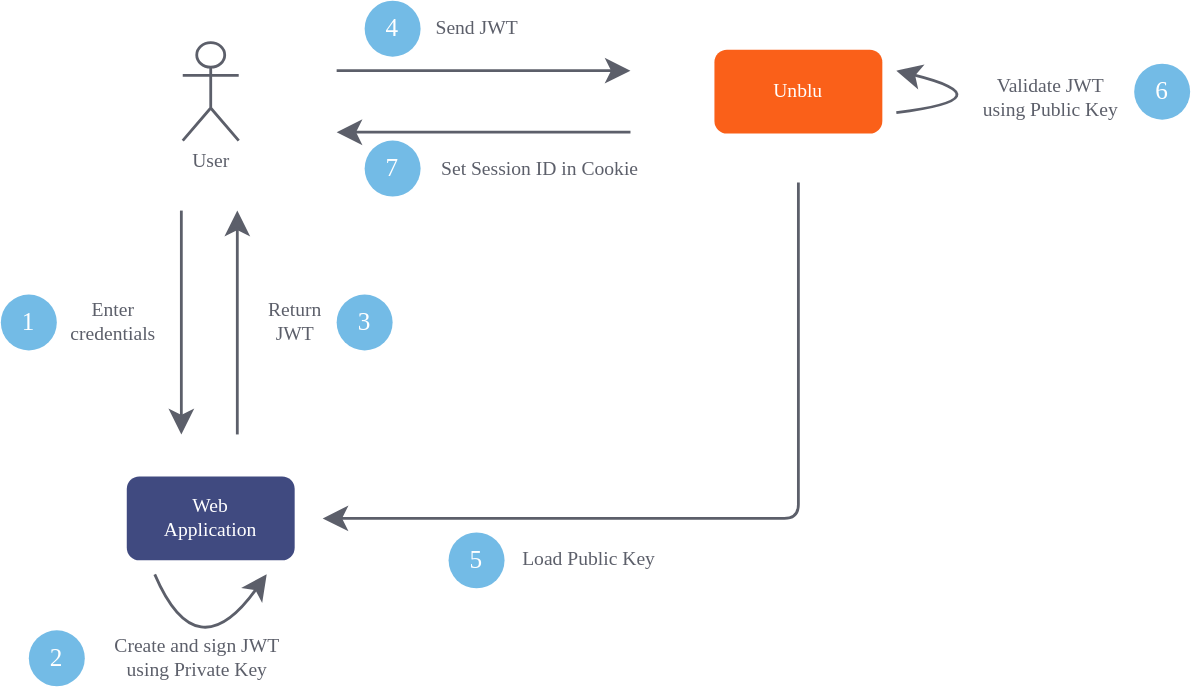
This is images/Unblu Visitor SSO.svg from unblu/unblu-visitor-sso-sample, a draw.io export, as it was before one commit. Source tidied: cells renumbered, new cells last; positions are measured from the earlier drawing's top-left corner, leaving out a move shared by most shapes.
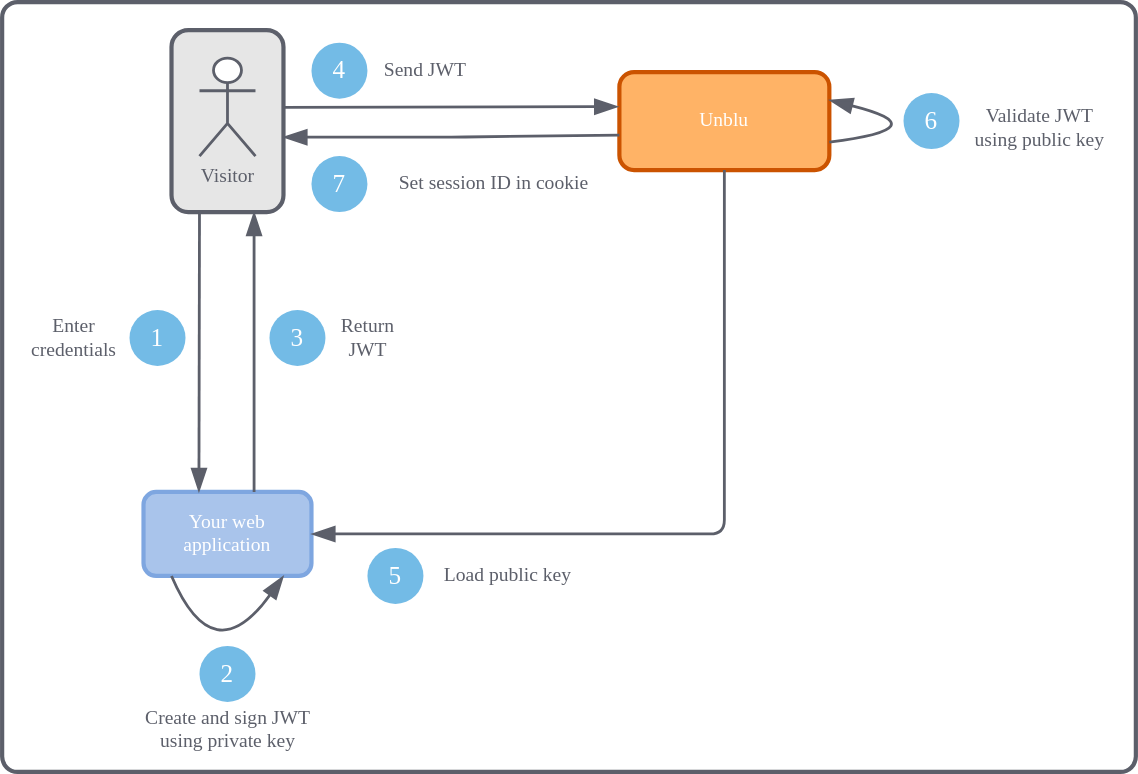
The same file after the commit.

What changed in the source:
```diff
@@ -2,87 +2,90 @@
   <root>
     <mxCell id="0" />
     <mxCell id="1" parent="0" />
+    <mxCell id="19" style="rounded=1;whiteSpace=wrap;html=1;strokeWidth=3;fillColor=#FFFFFF;strokeColor=#5C5F6A;arcSize=2;" parent="1" vertex="1">
+      <mxGeometry x="-11" y="-10" width="810" height="550" as="geometry" />
+    </mxCell>
+    <mxCell id="20" style="rounded=1;whiteSpace=wrap;html=1;strokeWidth=3;fillColor=#E6E6E6;strokeColor=#5C5F6A;" parent="1" vertex="1">
+      <mxGeometry x="110" y="10" width="80" height="130" as="geometry" />
+    </mxCell>
-    <mxCell id="2" value="Web&lt;br style=&quot;font-size: 14px;&quot;&gt;Application" style="rounded=1;whiteSpace=wrap;html=1;fontFamily=Rubik;fontSource=https%3A%2F%2Ffonts.googleapis.com%2Fcss%3Ffamily%3DRubik;fontSize=14;fillColor=#404A80;fontColor=#FFFFFF;strokeColor=none;" parent="1" vertex="1">
+    <mxCell id="2" value="Your web&lt;br style=&quot;font-size: 14px&quot;&gt;application" style="rounded=1;whiteSpace=wrap;html=1;fontFamily=Rubik;fontSource=https%3A%2F%2Ffonts.googleapis.com%2Fcss%3Ffamily%3DRubik;fontSize=14;fontColor=#FFFFFF;fillColor=#A9C4EB;strokeColor=#7EA6E0;strokeWidth=3;" parent="1" vertex="1">
       <mxGeometry x="90" y="340" width="120" height="60" as="geometry" />
     </mxCell>
-    <mxCell id="3" value="User" style="shape=umlActor;verticalLabelPosition=bottom;verticalAlign=top;html=1;fontFamily=Rubik;fontSource=https%3A%2F%2Ffonts.googleapis.com%2Fcss%3Ffamily%3DRubik;fontSize=14;strokeColor=#5c5f6a;fontColor=#5c5f6a;strokeWidth=2;" parent="1" vertex="1">
+    <mxCell id="3" value="Visitor" style="shape=umlActor;verticalLabelPosition=bottom;verticalAlign=top;html=1;fontFamily=Rubik;fontSource=https%3A%2F%2Ffonts.googleapis.com%2Fcss%3Ffamily%3DRubik;fontSize=14;strokeColor=#5c5f6a;fontColor=#5c5f6a;strokeWidth=2;" parent="1" vertex="1">
       <mxGeometry x="130" y="30" width="40" height="70" as="geometry" />
     </mxCell>
-    <mxCell id="4" value="Enter&lt;br&gt;credentials" style="endArrow=classic;html=1;fontFamily=Rubik;fontSource=https%3A%2F%2Ffonts.googleapis.com%2Fcss%3Ffamily%3DRubik;fontSize=14;fontColor=#5c5f6a;strokeColor=#5C5F6A;strokeWidth=2;endSize=12;" parent="1" edge="1">
-      <mxGeometry y="-49" relative="1" as="geometry">
-        <mxPoint x="129" y="150" as="sourcePoint" />
-        <mxPoint x="129" y="310" as="targetPoint" />
+    <mxCell id="4" value="Enter&lt;br&gt;credentials" style="endArrow=blockThin;html=1;fontFamily=Rubik;fontSource=https%3A%2F%2Ffonts.googleapis.com%2Fcss%3Ffamily%3DRubik;fontSize=14;fontColor=#5c5f6a;strokeWidth=2;endSize=12;endFill=1;entryX=0.33;entryY=0;entryDx=0;entryDy=0;entryPerimeter=0;strokeColor=#5C5F6A;" parent="1" edge="1" target="2">
+      <mxGeometry x="-0.1" y="-90" relative="1" as="geometry">
+        <mxPoint x="130" y="140" as="sourcePoint" />
       </mxGeometry>
     </mxCell>
-    <mxCell id="5" value="Return&lt;br&gt;JWT" style="endArrow=classic;html=1;fontFamily=Rubik;fontSource=https%3A%2F%2Ffonts.googleapis.com%2Fcss%3Ffamily%3DRubik;fontSize=14;fontColor=#5c5f6a;strokeColor=#5C5F6A;strokeWidth=2;endSize=12;" parent="1" edge="1">
-      <mxGeometry y="-41" relative="1" as="geometry">
-        <mxPoint x="169" y="310" as="sourcePoint" />
-        <mxPoint x="169" y="150" as="targetPoint" />
+    <mxCell id="5" value="Return&lt;br&gt;JWT" style="endArrow=blockThin;html=1;fontFamily=Rubik;fontSource=https%3A%2F%2Ffonts.googleapis.com%2Fcss%3Ffamily%3DRubik;fontSize=14;fontColor=#5c5f6a;strokeWidth=2;endSize=12;endFill=1;strokeColor=#5C5F6A;" parent="1" edge="1">
+      <mxGeometry x="0.1" y="-81" relative="1" as="geometry">
+        <mxPoint x="169" y="340" as="sourcePoint" />
+        <mxPoint x="169" y="140" as="targetPoint" />
       </mxGeometry>
     </mxCell>
-    <mxCell id="6" value="Unblu" style="rounded=1;whiteSpace=wrap;html=1;fontFamily=Rubik;fontSource=https%3A%2F%2Ffonts.googleapis.com%2Fcss%3Ffamily%3DRubik;fontSize=14;fontColor=#FFFFFF;strokeColor=none;fillColor=#FA6019;" parent="1" vertex="1">
-      <mxGeometry x="510" y="35" width="120" height="60" as="geometry" />
+    <mxCell id="6" value="Unblu" style="rounded=1;whiteSpace=wrap;html=1;fontFamily=Rubik;fontSource=https%3A%2F%2Ffonts.googleapis.com%2Fcss%3Ffamily%3DRubik;fontSize=14;fontColor=#FFFFFF;fillColor=#FFB366;strokeWidth=3;strokeColor=#CB5300;" parent="1" vertex="1">
+      <mxGeometry x="430" y="40" width="150" height="70" as="geometry" />
     </mxCell>
-    <mxCell id="7" value="Send JWT" style="endArrow=classic;html=1;fontFamily=Rubik;fontSource=https%3A%2F%2Ffonts.googleapis.com%2Fcss%3Ffamily%3DRubik;fontSize=14;fontColor=#5c5f6a;strokeColor=#5C5F6A;strokeWidth=2;endSize=12;" parent="1" edge="1">
-      <mxGeometry x="-0.05" y="30" relative="1" as="geometry">
-        <mxPoint x="240" y="50" as="sourcePoint" />
-        <mxPoint x="450" y="50" as="targetPoint" />
-      </mxGeometry>
+    <mxCell id="7" value="Send JWT" style="endArrow=blockThin;html=1;fontFamily=Rubik;fontSource=https%3A%2F%2Ffonts.googleapis.com%2Fcss%3Ffamily%3DRubik;fontSize=14;fontColor=#5c5f6a;strokeColor=#5C5F6A;strokeWidth=2;endSize=12;endFill=1;exitX=0.99;exitY=0.425;exitDx=0;exitDy=0;exitPerimeter=0;entryX=-0.006;entryY=0.353;entryDx=0;entryDy=0;entryPerimeter=0;" parent="1" edge="1" source="20" target="6">
+      <mxGeometry x="-0.15" y="26" relative="1" as="geometry" />
     </mxCell>
-    <mxCell id="8" value="Set Session ID in Cookie" style="endArrow=classic;html=1;fontFamily=Rubik;fontSource=https%3A%2F%2Ffonts.googleapis.com%2Fcss%3Ffamily%3DRubik;fontSize=14;fontColor=#5c5f6a;strokeColor=#5C5F6A;strokeWidth=2;endSize=12;" parent="1" edge="1">
-      <mxGeometry x="-0.38" y="27" relative="1" as="geometry">
-        <mxPoint x="450" y="94" as="sourcePoint" />
-        <mxPoint x="240" y="94" as="targetPoint" />
+    <mxCell id="8" value="Set session ID in cookie" style="endArrow=blockThin;html=1;fontFamily=Rubik;fontSource=https%3A%2F%2Ffonts.googleapis.com%2Fcss%3Ffamily%3DRubik;fontSize=14;fontColor=#5c5f6a;strokeColor=#5C5F6A;strokeWidth=2;endSize=12;endFill=1;exitX=0;exitY=0.75;exitDx=0;exitDy=0;" parent="1" edge="1">
+      <mxGeometry x="-0.25" y="34" relative="1" as="geometry">
+        <mxPoint x="430" y="85" as="sourcePoint" />
+        <mxPoint x="190" y="86.5" as="targetPoint" />
+        <Array as="points">
+          <mxPoint x="310" y="86.5" />
+        </Array>
       </mxGeometry>
     </mxCell>
-    <mxCell id="9" value="Load Public Key" style="endArrow=classic;html=1;fontFamily=Rubik;fontSource=https%3A%2F%2Ffonts.googleapis.com%2Fcss%3Ffamily%3DRubik;fontSize=14;fontColor=#5c5f6a;strokeColor=#5C5F6A;strokeWidth=2;endSize=12;" parent="1" edge="1">
-      <mxGeometry x="0.34" y="30" relative="1" as="geometry">
-        <mxPoint x="570" y="130" as="sourcePoint" />
-        <mxPoint x="230" y="370" as="targetPoint" />
-        <Array as="points">
-          <mxPoint x="570" y="370" />
-        </Array>
-      </mxGeometry>
+    <mxCell id="9" value="Load public key" style="endArrow=blockThin;html=1;fontFamily=Rubik;fontSource=https%3A%2F%2Ffonts.googleapis.com%2Fcss%3Ffamily%3DRubik;fontSize=14;fontColor=#5c5f6a;strokeColor=#5C5F6A;strokeWidth=2;endSize=12;endFill=1;entryX=1;entryY=0.5;entryDx=0;entryDy=0;exitX=0.5;exitY=1;exitDx=0;exitDy=0;edgeStyle=orthogonalEdgeStyle;" parent="1" edge="1" source="6" target="2">
+      <mxGeometry x="0.5" y="30" relative="1" as="geometry" />
     </mxCell>
-    <mxCell id="10" value="Create and sign JWT &lt;br&gt;using Private Key" style="endArrow=classic;html=1;fontFamily=Rubik;fontSource=https%3A%2F%2Ffonts.googleapis.com%2Fcss%3Ffamily%3DRubik;fontSize=14;fontColor=#5c5f6a;strokeColor=#5C5F6A;strokeWidth=2;endSize=12;curved=1;" parent="1" edge="1">
-      <mxGeometry x="-0.17" y="4" relative="1" as="geometry">
-        <mxPoint x="110" y="410" as="sourcePoint" />
-        <mxPoint x="190" y="410" as="targetPoint" />
+    <mxCell id="10" value="Create and sign JWT &lt;br&gt;using private key" style="endArrow=blockThin;html=1;fontFamily=Rubik;fontSource=https%3A%2F%2Ffonts.googleapis.com%2Fcss%3Ffamily%3DRubik;fontSize=14;fontColor=#5c5f6a;strokeColor=#5C5F6A;strokeWidth=2;endSize=12;curved=1;endFill=1;" parent="1" edge="1">
+      <mxGeometry x="-0.06" y="-41" relative="1" as="geometry">
+        <mxPoint x="110" y="400" as="sourcePoint" />
+        <mxPoint x="190" y="400" as="targetPoint" />
         <Array as="points">
-          <mxPoint x="140" y="480" />
+          <mxPoint x="140" y="470" />
         </Array>
+        <mxPoint x="-23" y="16" as="offset" />
       </mxGeometry>
     </mxCell>
-    <mxCell id="11" value="Validate JWT &lt;br&gt;using Public Key" style="endArrow=classic;html=1;fontFamily=Rubik;fontSource=https%3A%2F%2Ffonts.googleapis.com%2Fcss%3Ffamily%3DRubik;fontSize=14;fontColor=#5c5f6a;strokeColor=#5C5F6A;strokeWidth=2;endSize=12;curved=1;" parent="1" edge="1">
-      <mxGeometry x="-0.01" y="-30" relative="1" as="geometry">
-        <mxPoint x="640" y="80" as="sourcePoint" />
-        <mxPoint x="640" y="50" as="targetPoint" />
+    <mxCell id="11" value="Validate JWT &lt;br&gt;using public key" style="endArrow=blockThin;html=1;fontFamily=Rubik;fontSource=https%3A%2F%2Ffonts.googleapis.com%2Fcss%3Ffamily%3DRubik;fontSize=14;fontColor=#5c5f6a;strokeColor=#5C5F6A;strokeWidth=2;endSize=12;curved=1;endFill=1;" parent="1" edge="1">
+      <mxGeometry x="-0.01" y="-70" relative="1" as="geometry">
+        <mxPoint x="580" y="90" as="sourcePoint" />
+        <mxPoint x="580" y="60" as="targetPoint" />
         <Array as="points">
-          <mxPoint x="720" y="70" />
+          <mxPoint x="660" y="80" />
         </Array>
-        <mxPoint x="23" y="29" as="offset" />
+        <mxPoint x="53" y="68" as="offset" />
       </mxGeometry>
     </mxCell>
     <mxCell id="12" value="1" style="ellipse;whiteSpace=wrap;html=1;fontFamily=Rubik;fontSource=https%3A%2F%2Ffonts.googleapis.com%2Fcss%3Ffamily%3DRubik;fontSize=18;fillColor=#73bbe6;fontColor=#FFFFFF;strokeColor=none;" parent="1" vertex="1">
-      <mxGeometry y="210" width="40" height="40" as="geometry" />
+      <mxGeometry x="80" y="210" width="40" height="40" as="geometry" />
     </mxCell>
     <mxCell id="13" value="3" style="ellipse;whiteSpace=wrap;html=1;fontFamily=Rubik;fontSource=https%3A%2F%2Ffonts.googleapis.com%2Fcss%3Ffamily%3DRubik;fontSize=18;fillColor=#73bbe6;fontColor=#FFFFFF;strokeColor=none;" parent="1" vertex="1">
-      <mxGeometry x="240" y="210" width="40" height="40" as="geometry" />
+      <mxGeometry x="180" y="210" width="40" height="40" as="geometry" />
     </mxCell>
     <mxCell id="14" value="2" style="ellipse;whiteSpace=wrap;html=1;fontFamily=Rubik;fontSource=https%3A%2F%2Ffonts.googleapis.com%2Fcss%3Ffamily%3DRubik;fontSize=18;fillColor=#73bbe6;fontColor=#FFFFFF;strokeColor=none;" parent="1" vertex="1">
-      <mxGeometry x="20" y="450" width="40" height="40" as="geometry" />
+      <mxGeometry x="130" y="450" width="40" height="40" as="geometry" />
     </mxCell>
     <mxCell id="15" value="4" style="ellipse;whiteSpace=wrap;html=1;fontFamily=Rubik;fontSource=https%3A%2F%2Ffonts.googleapis.com%2Fcss%3Ffamily%3DRubik;fontSize=18;fillColor=#73bbe6;fontColor=#FFFFFF;strokeColor=none;" parent="1" vertex="1">
-      <mxGeometry x="260" width="40" height="40" as="geometry" />
+      <mxGeometry x="210" y="19" width="40" height="40" as="geometry" />
     </mxCell>
     <mxCell id="16" value="7" style="ellipse;whiteSpace=wrap;html=1;fontFamily=Rubik;fontSource=https%3A%2F%2Ffonts.googleapis.com%2Fcss%3Ffamily%3DRubik;fontSize=18;fillColor=#73bbe6;fontColor=#FFFFFF;strokeColor=none;" parent="1" vertex="1">
-      <mxGeometry x="260" y="100" width="40" height="40" as="geometry" />
+      <mxGeometry x="210" y="100" width="40" height="40" as="geometry" />
     </mxCell>
     <mxCell id="17" value="6" style="ellipse;whiteSpace=wrap;html=1;fontFamily=Rubik;fontSource=https%3A%2F%2Ffonts.googleapis.com%2Fcss%3Ffamily%3DRubik;fontSize=18;fillColor=#73bbe6;fontColor=#FFFFFF;strokeColor=none;" parent="1" vertex="1">
-      <mxGeometry x="810" y="45" width="40" height="40" as="geometry" />
+      <mxGeometry x="633" y="55" width="40" height="40" as="geometry" />
     </mxCell>
     <mxCell id="18" value="5" style="ellipse;whiteSpace=wrap;html=1;fontFamily=Rubik;fontSource=https%3A%2F%2Ffonts.googleapis.com%2Fcss%3Ffamily%3DRubik;fontSize=18;fillColor=#73bbe6;fontColor=#FFFFFF;strokeColor=none;" parent="1" vertex="1">
-      <mxGeometry x="320" y="380" width="40" height="40" as="geometry" />
+      <mxGeometry x="250" y="380" width="40" height="40" as="geometry" />
     </mxCell>
+    <mxCell id="21" style="edgeStyle=orthogonalEdgeStyle;rounded=0;orthogonalLoop=1;jettySize=auto;html=1;exitX=0.5;exitY=1;exitDx=0;exitDy=0;endArrow=blockThin;endFill=1;strokeColor=#CB5300;" parent="1" edge="1" source="16" target="16">
+      <mxGeometry relative="1" as="geometry" />
+    </mxCell>
   </root>
 </mxGraphModel>
```
